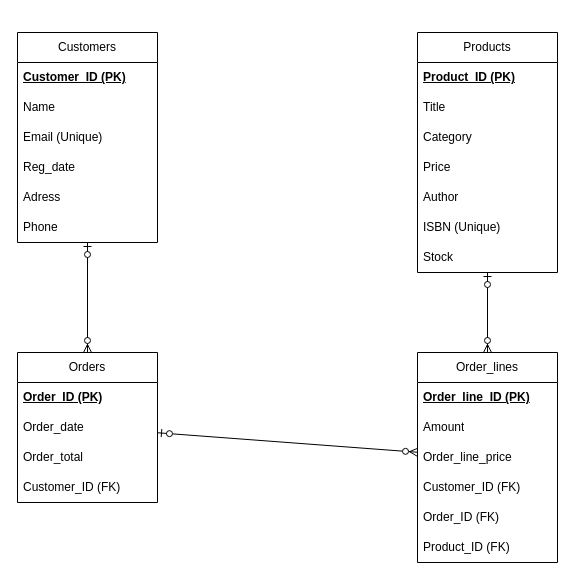
This is ER_crow.drawio from MagRos715/inlamnning_1, a draw.io file, before an edit. Source tidied: cells renumbered, new cells numbered last; positions are measured from the earlier drawing's top-left corner, leaving out a move shared by most shapes. Both pictures are drawn from the tidied source at 100%, with x=0, y=0 at pixel (17, 32).
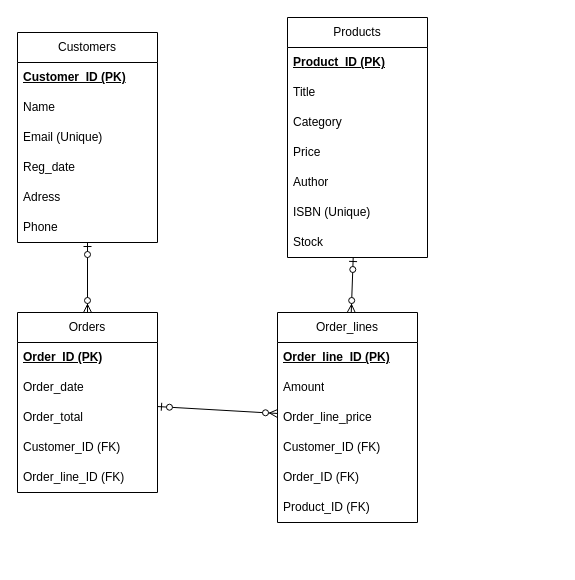
The same page after the edit.

Change to the diagram source:
```diff
@@
     <mxCell id="9" value="Orders" style="swimlane;fontStyle=0;horizontal=1;startSize=30;whiteSpace=wrap;html=1;" parent="1" vertex="1">
-      <mxGeometry y="320" width="140" height="150" as="geometry" />
+      <mxGeometry y="280" width="140" height="180" as="geometry" />
     </mxCell>
@@
+    <mxCell id="32" value="Order_line_ID (FK)" style="text;strokeColor=none;fillColor=none;align=left;verticalAlign=middle;spacingLeft=4;spacingRight=4;overflow=hidden;whiteSpace=wrap;html=1;" parent="9" vertex="1">
+      <mxGeometry y="150" width="140" height="30" as="geometry" />
+    </mxCell>
     <mxCell id="14" value="Products" style="swimlane;fontStyle=0;horizontal=1;startSize=30;whiteSpace=wrap;html=1;" parent="1" vertex="1">
-      <mxGeometry x="400" width="140" height="240" as="geometry" />
+      <mxGeometry x="270" y="-15" width="140" height="240" as="geometry" />
     </mxCell>
@@
     <mxCell id="22" value="Order_lines" style="swimlane;fontStyle=0;horizontal=1;startSize=30;whiteSpace=wrap;html=1;" parent="1" vertex="1">
-      <mxGeometry x="400" y="320" width="140" height="210" as="geometry" />
+      <mxGeometry x="260" y="280" width="140" height="210" as="geometry" />
     </mxCell>
```
